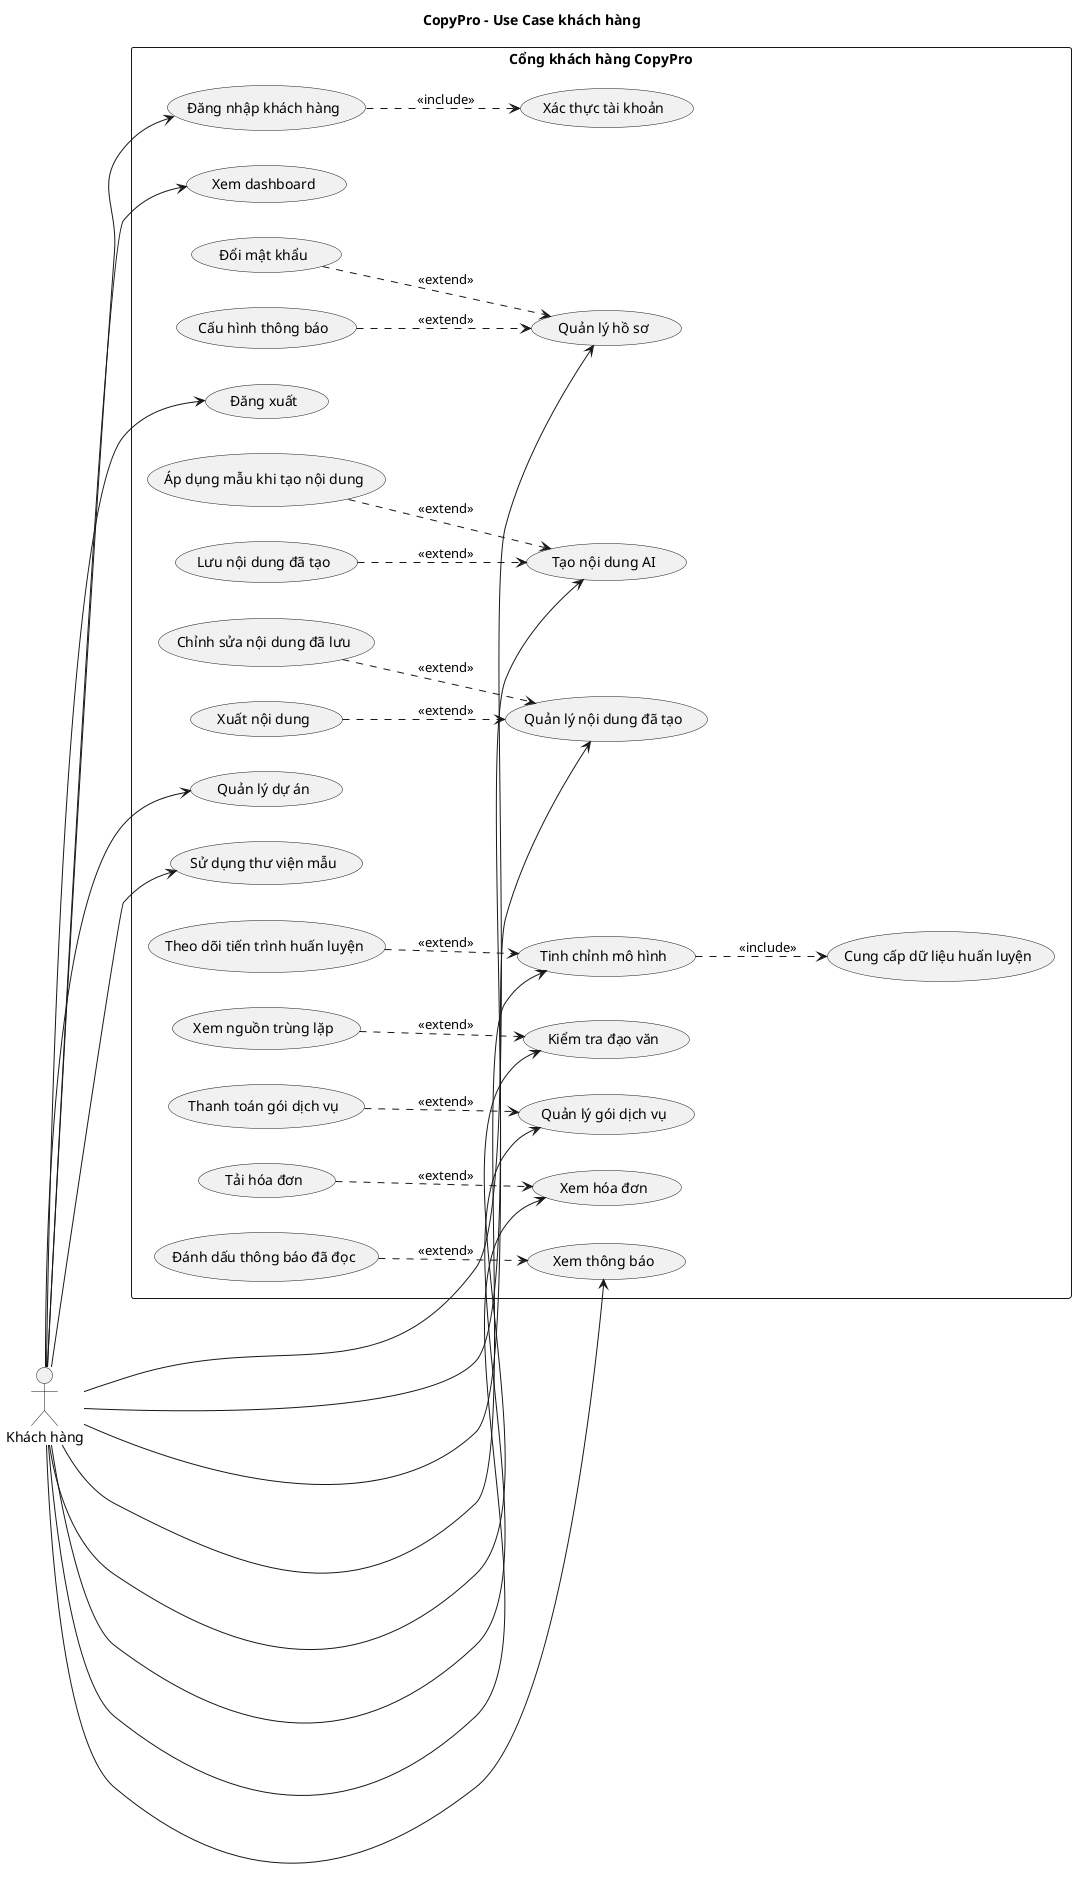
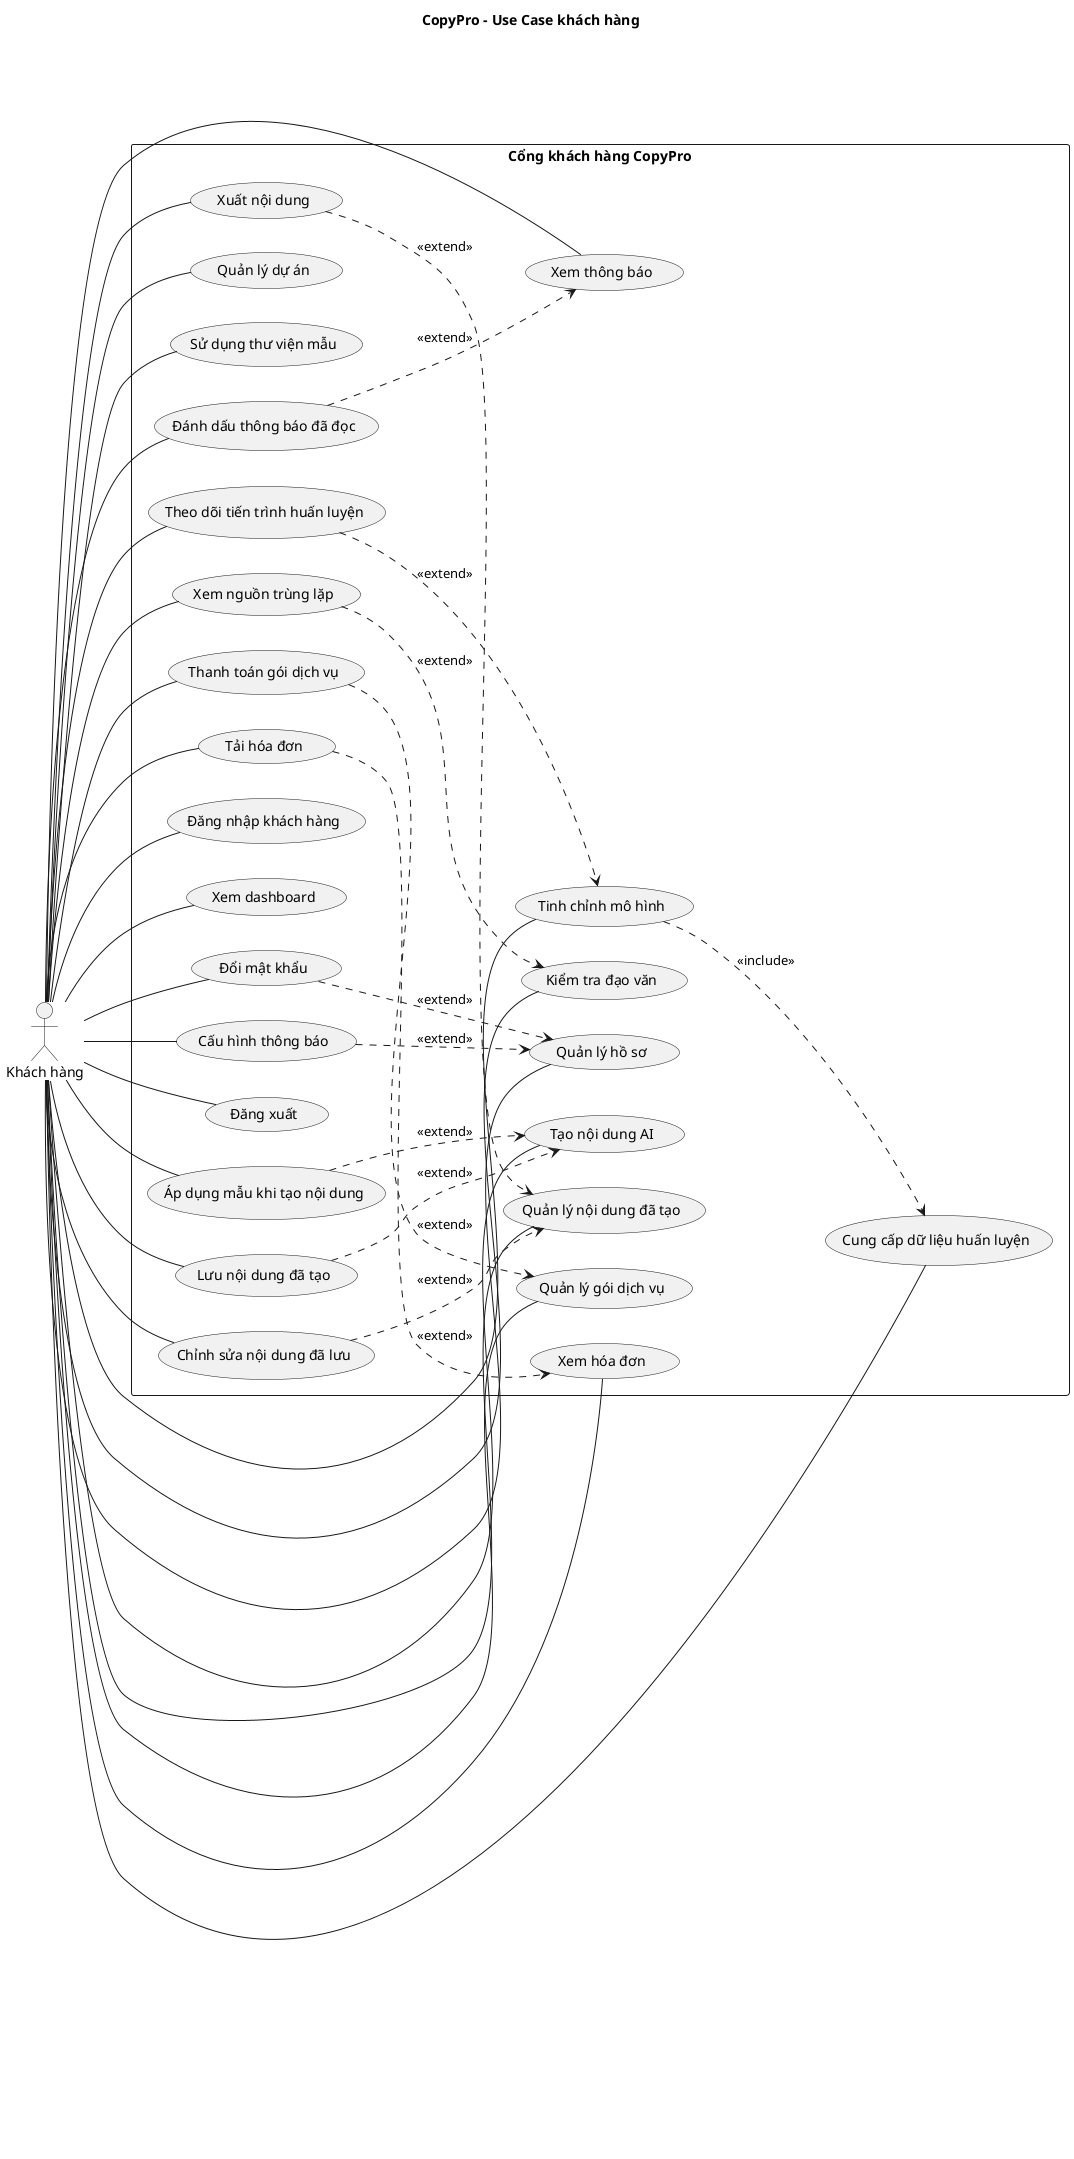
@startuml CopyProCustomerUseCase
title CopyPro - Use Case khách hàng

left to right direction

actor "Khách hàng" as Customer

rectangle "Cổng khách hàng CopyPro" {
  usecase "Đăng nhập khách hàng" as UC_Login
-   usecase "Xác thực tài khoản" as UC_Authenticate
  usecase "Xem dashboard" as UC_Dashboard
  usecase "Quản lý hồ sơ" as UC_Profile
  usecase "Đổi mật khẩu" as UC_ChangePassword
  usecase "Cấu hình thông báo" as UC_NotificationSettings
  usecase "Đăng xuất" as UC_Logout

  usecase "Tạo nội dung AI" as UC_Generate
  usecase "Áp dụng mẫu khi tạo nội dung" as UC_ApplyTemplate
  usecase "Lưu nội dung đã tạo" as UC_SaveGeneratedContent
  usecase "Quản lý nội dung đã tạo" as UC_Contents
  usecase "Chỉnh sửa nội dung đã lưu" as UC_EditContent
  usecase "Xuất nội dung" as UC_ExportContent
  usecase "Quản lý dự án" as UC_Projects
  usecase "Sử dụng thư viện mẫu" as UC_Templates

  usecase "Tinh chỉnh mô hình" as UC_FineTune
  usecase "Cung cấp dữ liệu huấn luyện" as UC_ProvideTrainingData
  usecase "Theo dõi tiến trình huấn luyện" as UC_TrainingProgress
  usecase "Kiểm tra đạo văn" as UC_Plagiarism
  usecase "Xem nguồn trùng lặp" as UC_PlagiarismSources

  usecase "Quản lý gói dịch vụ" as UC_Subscription
  usecase "Thanh toán gói dịch vụ" as UC_PaySubscription
  usecase "Xem hóa đơn" as UC_Invoices
  usecase "Tải hóa đơn" as UC_DownloadInvoice

  usecase "Xem thông báo" as UC_Notifications
  usecase "Đánh dấu thông báo đã đọc" as UC_MarkNotificationRead
}

- Customer --> UC_Login
- Customer --> UC_Dashboard
- Customer --> UC_Profile
- Customer --> UC_Logout
+ Customer -- UC_Login
+ Customer -- UC_Dashboard
+ Customer -- UC_Profile
+ Customer -- UC_ChangePassword
+ Customer -- UC_NotificationSettings
+ Customer -- UC_Logout

- Customer --> UC_Generate
- Customer --> UC_Contents
- Customer --> UC_Projects
- Customer --> UC_Templates
+ Customer -- UC_Generate
+ Customer -- UC_ApplyTemplate
+ Customer -- UC_SaveGeneratedContent
+ Customer -- UC_Contents
+ Customer -- UC_EditContent
+ Customer -- UC_ExportContent
+ Customer -- UC_Projects
+ Customer -- UC_Templates

- Customer --> UC_FineTune
- Customer --> UC_Plagiarism
+ Customer -- UC_FineTune
+ Customer -- UC_ProvideTrainingData
+ Customer -- UC_TrainingProgress
+ Customer -- UC_Plagiarism
+ Customer -- UC_PlagiarismSources

- Customer --> UC_Subscription
- Customer --> UC_Invoices
- Customer --> UC_Notifications
- 
- UC_Login ..> UC_Authenticate : <<include>>
+ Customer -- UC_Subscription
+ Customer -- UC_PaySubscription
+ Customer -- UC_Invoices
+ Customer -- UC_DownloadInvoice
+ Customer -- UC_Notifications
+ Customer -- UC_MarkNotificationRead

UC_ChangePassword ..> UC_Profile : <<extend>>
UC_NotificationSettings ..> UC_Profile : <<extend>>

UC_ApplyTemplate ..> UC_Generate : <<extend>>
UC_SaveGeneratedContent ..> UC_Generate : <<extend>>

UC_EditContent ..> UC_Contents : <<extend>>
UC_ExportContent ..> UC_Contents : <<extend>>

UC_FineTune ..> UC_ProvideTrainingData : <<include>>
UC_TrainingProgress ..> UC_FineTune : <<extend>>

UC_PlagiarismSources ..> UC_Plagiarism : <<extend>>

UC_PaySubscription ..> UC_Subscription : <<extend>>
UC_DownloadInvoice ..> UC_Invoices : <<extend>>

UC_MarkNotificationRead ..> UC_Notifications : <<extend>>

- @enduml+ @enduml
